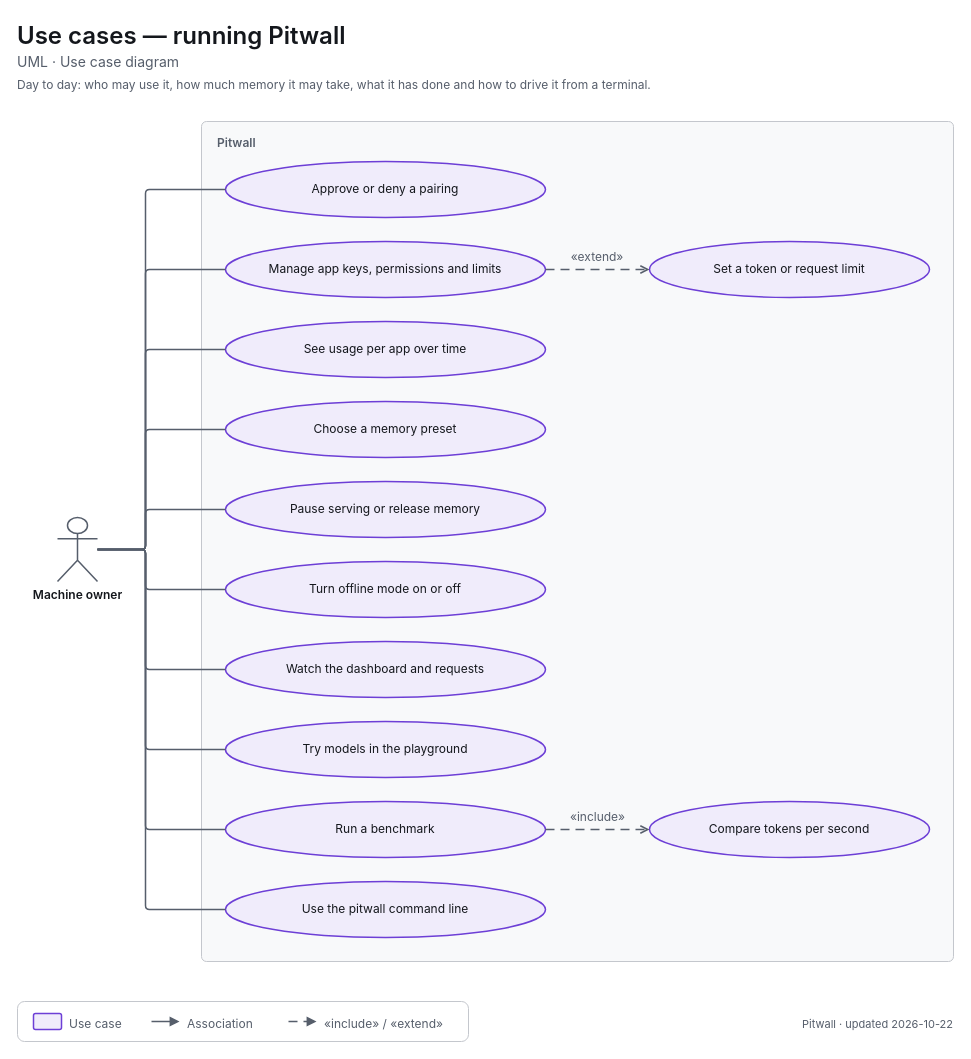
The draw.io diagram apps/pitwall/docs/diagrams/uml-use-cases-operate.drawio in decryp7/paddock, before the edit. Source tidied: cells renumbered, new cells numbered last; positions are measured from the earlier drawing's top-left corner, leaving out a move shared by most shapes. Both pictures are drawn from the tidied source at 100%, with x=0, y=0 at pixel (17, 17).
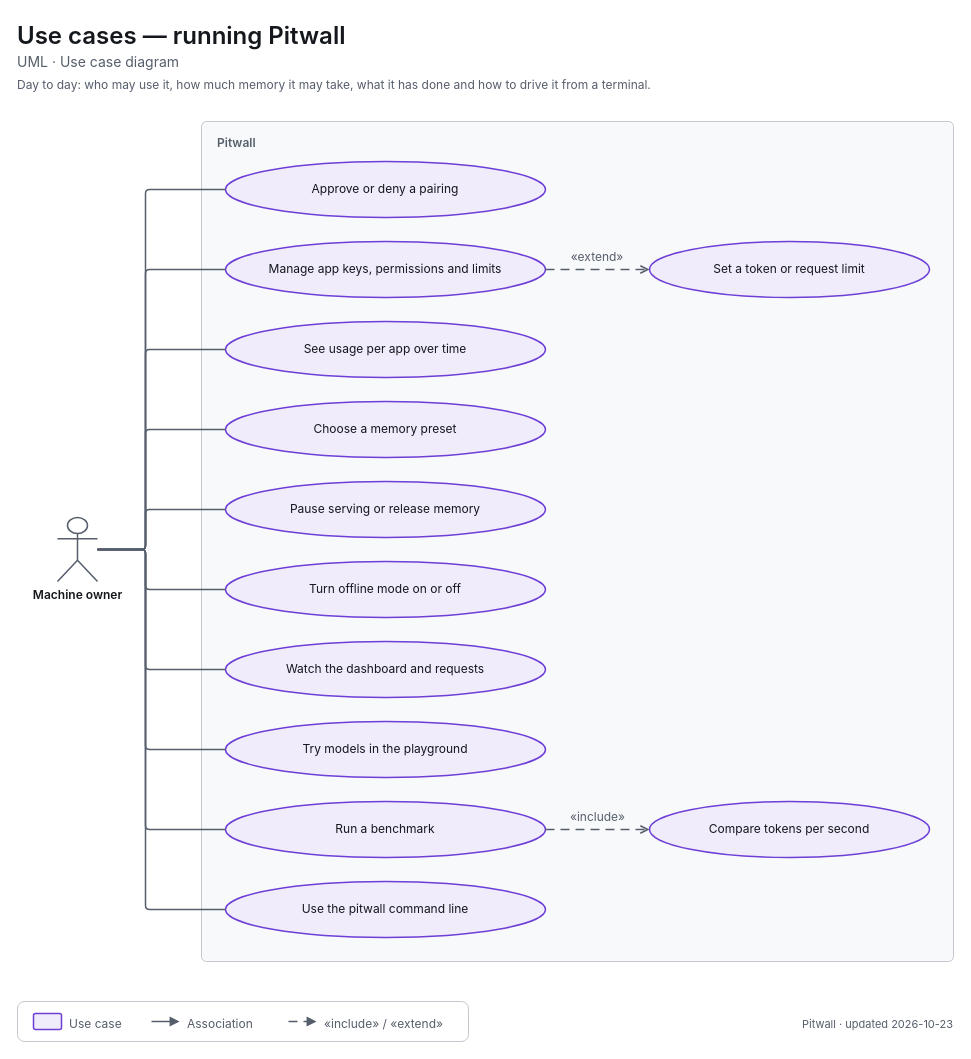
After the change.

The edit, as a diff of the source:
```diff
@@
-    <mxCell id="40" value="&lt;span style=&quot;font-size:11px;font-weight:400&quot;&gt;Pitwall · updated 2026-10-22&lt;/span&gt;" style="html=1;whiteSpace=wrap;fontFamily=-apple-system,BlinkMacSystemFont,Segoe UI,system-ui,sans-serif;fontSize=12;fontColor=light-dark(#14171C,#ECEEF1);text;strokeColor=none;fillColor=none;align=right;verticalAlign=top;spacing=0;fontColor=light-dark(#565E6B,#A0A7B2);" parent="1" vertex="1">
+    <mxCell id="40" value="&lt;span style=&quot;font-size:11px;font-weight:400&quot;&gt;Pitwall · updated 2026-10-23&lt;/span&gt;" style="html=1;whiteSpace=wrap;fontFamily=-apple-system,BlinkMacSystemFont,Segoe UI,system-ui,sans-serif;fontSize=12;fontColor=light-dark(#14171C,#ECEEF1);text;strokeColor=none;fillColor=none;align=right;verticalAlign=top;spacing=0;fontColor=light-dark(#565E6B,#A0A7B2);" parent="1" vertex="1">
       <mxGeometry x="576" y="995" width="360" height="18" as="geometry" />
     </mxCell>
```
